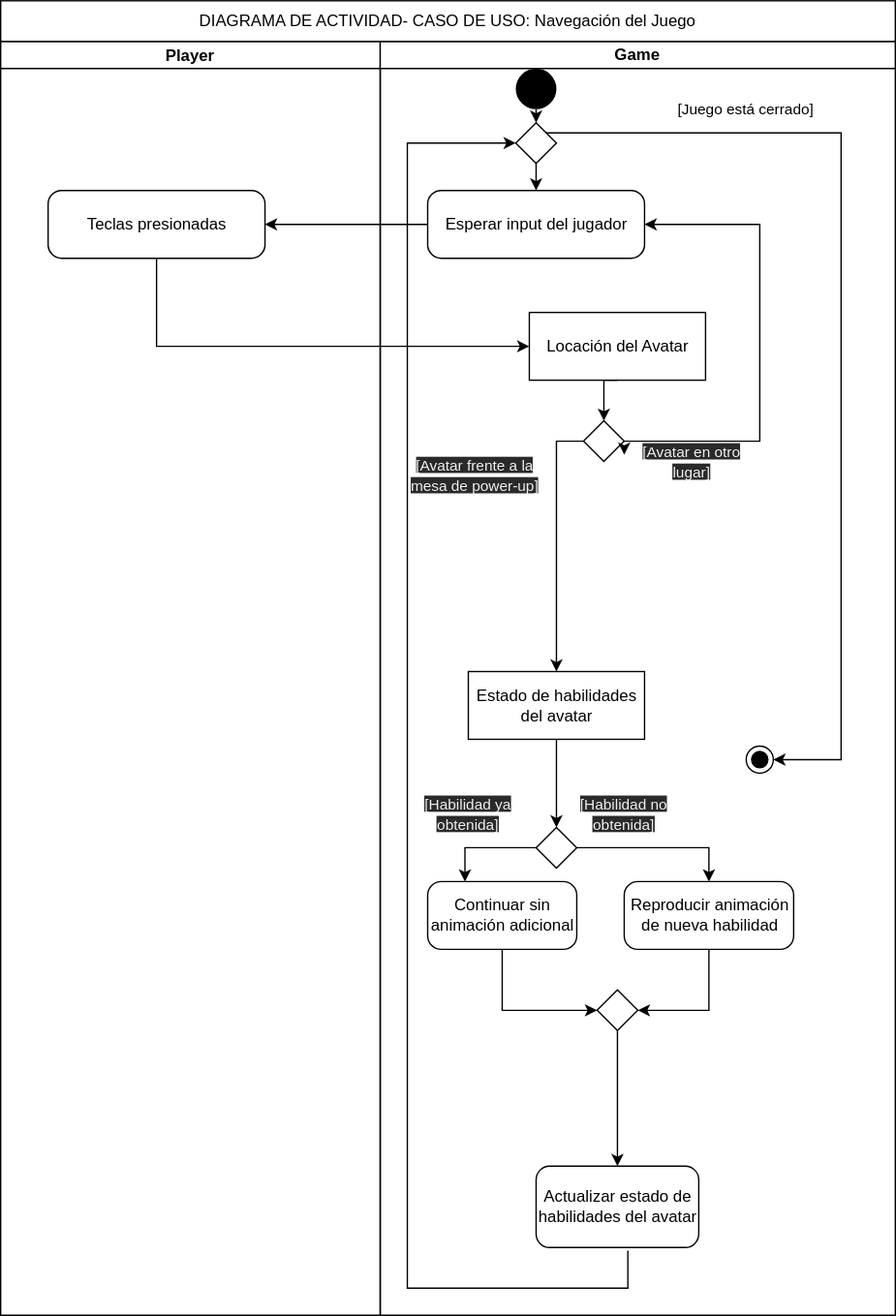
Before: diagrams/da_getAbility.drawio.svg, a diagram exported from draw.io (BloqueSoftwareDev/srsdoc). Source tidied: cells renumbered, new cells last; positions are measured from the earlier drawing's top-left corner, leaving out a move shared by most shapes.
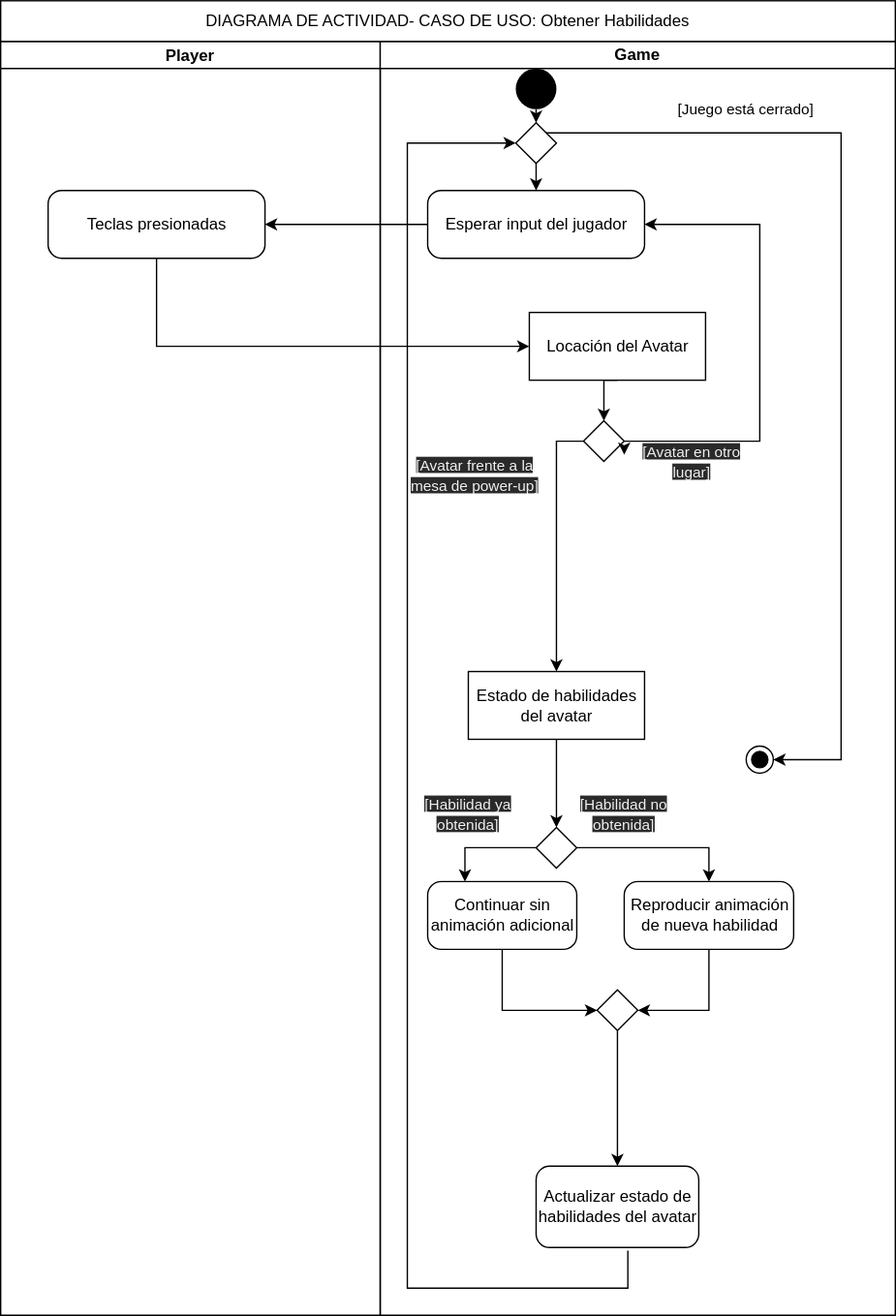
Above is the later version.

The edit, as a diff of the source:
```diff
@@ -134,7 +134,7 @@
         <mxPoint x="390" y="395" as="targetPoint" />
       </mxGeometry>
     </mxCell>
-    <mxCell id="39" value="&lt;span&gt;DIAGRAMA DE ACTIVIDAD-&lt;/span&gt;&lt;span&gt;CASO DE USO: Navegación del Juego&lt;/span&gt;" style="rounded=0;whiteSpace=wrap;html=1;" parent="1" vertex="1">
+    <mxCell id="39" value="&lt;span&gt;DIAGRAMA DE ACTIVIDAD-&lt;/span&gt;&lt;span&gt;CASO DE USO: Obtener Habilidades&lt;/span&gt;" style="rounded=0;whiteSpace=wrap;html=1;" parent="1" vertex="1">
       <mxGeometry width="660" height="30" as="geometry" />
     </mxCell>
   </root>
```
